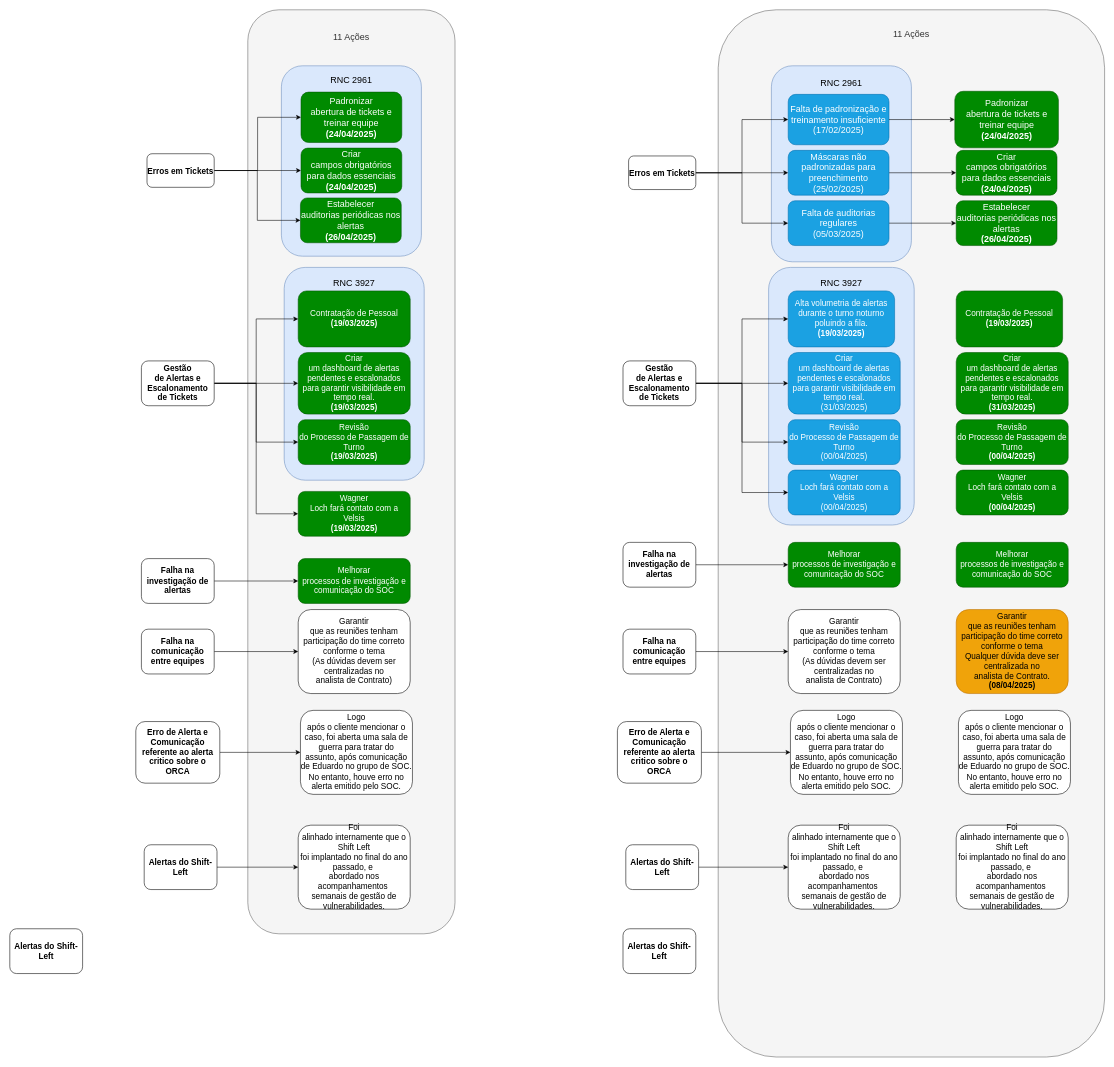
efraim-lima/doc-analysis keeps this draw.io diagram as Diagrama sem nome.drawio. Above is the earlier version. Source tidied: cells renumbered, new cells numbered last; positions are measured from the earlier drawing's top-left corner, leaving out a move shared by most shapes. Both pictures are drawn from the tidied source at 56%, with x=0, y=0 at pixel (10, 10).
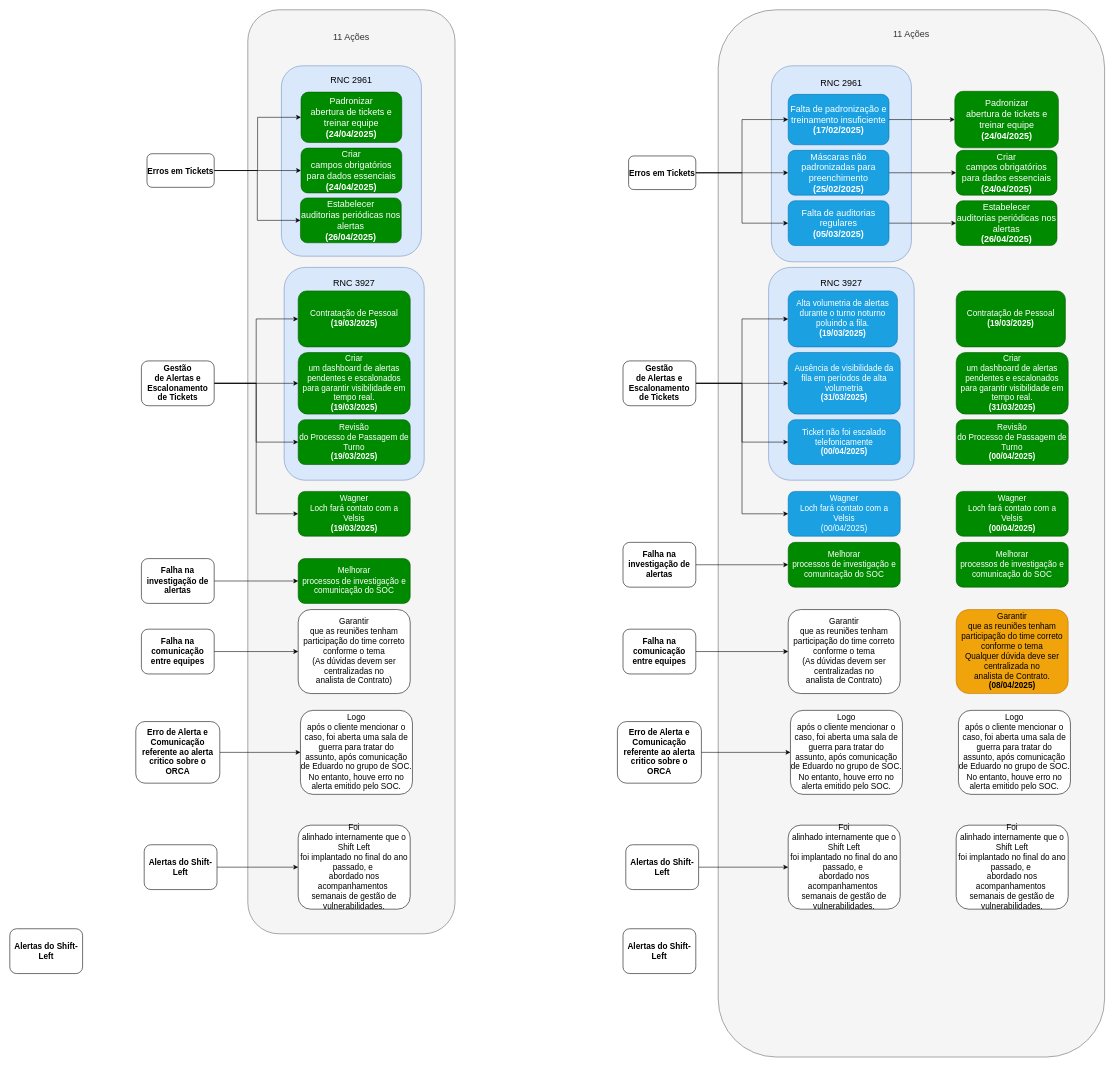
After the change.

Change to the diagram source:
```diff
@@
-    <mxCell id="40" value="&lt;p style=&quot;margin-top: 0pt; margin-bottom: 0pt; margin-left: 0in; direction: ltr; unicode-bidi: embed; vertical-align: middle; word-break: normal;&quot;&gt;&lt;span style=&quot;background-color: transparent;&quot;&gt;&lt;font&gt;Máscaras não padronizadas para preenchimento&lt;br&gt;&lt;/font&gt;&lt;/span&gt;&lt;span style=&quot;background-color: transparent; color: light-dark(rgb(255, 255, 255), rgb(18, 18, 18));&quot;&gt;(25/02/2025)&lt;/span&gt;&lt;span style=&quot;&quot;&gt;&lt;br&gt;&lt;/span&gt;&lt;/p&gt;" style="rounded=1;whiteSpace=wrap;html=1;fillColor=#1ba1e2;strokeColor=#006EAF;fontSize=16;fontColor=#ffffff;fontFamily=Helvetica;" parent="1" vertex="1">
+    <mxCell id="40" value="&lt;p style=&quot;margin-top: 0pt; margin-bottom: 0pt; margin-left: 0in; direction: ltr; unicode-bidi: embed; vertical-align: middle; word-break: normal;&quot;&gt;&lt;span style=&quot;background-color: transparent;&quot;&gt;&lt;font&gt;Máscaras não padronizadas para preenchimento&lt;br&gt;&lt;/font&gt;&lt;/span&gt;&lt;span style=&quot;background-color: transparent; color: light-dark(rgb(255, 255, 255), rgb(18, 18, 18));&quot;&gt;&lt;b&gt;(25/02/2025)&lt;/b&gt;&lt;/span&gt;&lt;span style=&quot;&quot;&gt;&lt;br&gt;&lt;/span&gt;&lt;/p&gt;" style="rounded=1;whiteSpace=wrap;html=1;fillColor=#1ba1e2;strokeColor=#006EAF;fontSize=16;fontColor=#ffffff;fontFamily=Helvetica;" parent="1" vertex="1">
       <mxGeometry x="1390" y="251" width="180" height="80" as="geometry" />
     </mxCell>
-    <mxCell id="41" value="&lt;p style=&quot;margin-top: 0pt; margin-bottom: 0pt; margin-left: 0in; direction: ltr; unicode-bidi: embed; vertical-align: middle; word-break: normal;&quot;&gt;&lt;span style=&quot;background-color: transparent;&quot;&gt;&lt;font&gt;Falta de padronização e treinamento insuficiente&lt;br&gt;&lt;/font&gt;&lt;/span&gt;&lt;span style=&quot;background-color: transparent; color: light-dark(rgb(255, 255, 255), rgb(18, 18, 18));&quot;&gt;(17/02/2025)&lt;/span&gt;&lt;/p&gt;" style="rounded=1;whiteSpace=wrap;html=1;fillColor=#1ba1e2;strokeColor=#006EAF;fontSize=16;fontColor=#ffffff;fontFamily=Helvetica;" parent="1" vertex="1">
+    <mxCell id="41" value="&lt;p style=&quot;margin-top: 0pt; margin-bottom: 0pt; margin-left: 0in; direction: ltr; unicode-bidi: embed; vertical-align: middle; word-break: normal;&quot;&gt;&lt;span style=&quot;background-color: transparent;&quot;&gt;&lt;font&gt;Falta de padronização e treinamento insuficiente&lt;br&gt;&lt;/font&gt;&lt;/span&gt;&lt;span style=&quot;background-color: transparent; color: light-dark(rgb(255, 255, 255), rgb(18, 18, 18));&quot;&gt;&lt;b&gt;(17/02/2025)&lt;/b&gt;&lt;/span&gt;&lt;/p&gt;" style="rounded=1;whiteSpace=wrap;html=1;fillColor=#1ba1e2;strokeColor=#006EAF;fontSize=16;fontColor=#ffffff;fontFamily=Helvetica;" parent="1" vertex="1">
       <mxGeometry x="1390" y="151" width="180" height="90" as="geometry" />
     </mxCell>
@@
-    <mxCell id="43" value="&lt;p style=&quot;margin-top: 0pt; margin-bottom: 0pt; margin-left: 0in; direction: ltr; unicode-bidi: embed; vertical-align: middle; word-break: normal;&quot;&gt;&lt;font&gt;Falta de auditorias regulares&lt;/font&gt;&lt;/p&gt;&lt;p style=&quot;margin-top: 0pt; margin-bottom: 0pt; margin-left: 0in; direction: ltr; unicode-bidi: embed; vertical-align: middle; word-break: normal;&quot;&gt;&lt;span style=&quot;&quot;&gt;(05/03/2025)&lt;/span&gt;&lt;span style=&quot;&quot;&gt;&lt;/span&gt;&lt;/p&gt;" style="rounded=1;whiteSpace=wrap;html=1;fillColor=#1ba1e2;strokeColor=#006EAF;fontSize=16;fontColor=#ffffff;fontFamily=Helvetica;" parent="1" vertex="1">
+    <mxCell id="43" value="&lt;p style=&quot;margin-top: 0pt; margin-bottom: 0pt; margin-left: 0in; direction: ltr; unicode-bidi: embed; vertical-align: middle; word-break: normal;&quot;&gt;&lt;font&gt;Falta de auditorias regulares&lt;/font&gt;&lt;/p&gt;&lt;p style=&quot;margin-top: 0pt; margin-bottom: 0pt; margin-left: 0in; direction: ltr; unicode-bidi: embed; vertical-align: middle; word-break: normal;&quot;&gt;&lt;span style=&quot;&quot;&gt;&lt;b&gt;(05/03/2025)&lt;/b&gt;&lt;/span&gt;&lt;span style=&quot;&quot;&gt;&lt;/span&gt;&lt;/p&gt;" style="rounded=1;whiteSpace=wrap;html=1;fillColor=#1ba1e2;strokeColor=#006EAF;fontSize=16;fontColor=#ffffff;fontFamily=Helvetica;" parent="1" vertex="1">
       <mxGeometry x="1390" y="341" width="180" height="80" as="geometry" />
     </mxCell>
-    <mxCell id="44" value="RNC 3927&lt;div&gt;&lt;br&gt;&lt;/div&gt;&lt;div&gt;&lt;br&gt;&lt;/div&gt;&lt;div&gt;&lt;br&gt;&lt;/div&gt;&lt;div&gt;&lt;br&gt;&lt;/div&gt;&lt;div&gt;&lt;br&gt;&lt;/div&gt;&lt;div&gt;&lt;br&gt;&lt;/div&gt;&lt;div&gt;&lt;br&gt;&lt;/div&gt;&lt;div&gt;&lt;br&gt;&lt;/div&gt;&lt;div&gt;&lt;br&gt;&lt;/div&gt;&lt;div&gt;&lt;br&gt;&lt;/div&gt;&lt;div&gt;&lt;br&gt;&lt;/div&gt;&lt;div&gt;&lt;br&gt;&lt;/div&gt;&lt;div&gt;&lt;br&gt;&lt;/div&gt;&lt;div&gt;&lt;br&gt;&lt;/div&gt;&lt;div&gt;&lt;br&gt;&lt;/div&gt;&lt;div&gt;&lt;br&gt;&lt;/div&gt;&lt;div&gt;&lt;br&gt;&lt;/div&gt;&lt;div&gt;&lt;br&gt;&lt;/div&gt;&lt;div&gt;&lt;br&gt;&lt;/div&gt;&lt;div&gt;&lt;br&gt;&lt;/div&gt;&lt;div&gt;&lt;br&gt;&lt;/div&gt;" style="rounded=1;whiteSpace=wrap;html=1;fillColor=#dae8fc;strokeColor=#6c8ebf;fontSize=16;fontFamily=Helvetica;" parent="1" vertex="1">
-      <mxGeometry x="1355" y="460" width="260" height="460" as="geometry" />
+    <mxCell id="44" value="RNC 3927&lt;div&gt;&lt;br&gt;&lt;/div&gt;&lt;div&gt;&lt;br&gt;&lt;/div&gt;&lt;div&gt;&lt;br&gt;&lt;/div&gt;&lt;div&gt;&lt;br&gt;&lt;/div&gt;&lt;div&gt;&lt;br&gt;&lt;/div&gt;&lt;div&gt;&lt;br&gt;&lt;/div&gt;&lt;div&gt;&lt;br&gt;&lt;/div&gt;&lt;div&gt;&lt;br&gt;&lt;/div&gt;&lt;div&gt;&lt;br&gt;&lt;/div&gt;&lt;div&gt;&lt;br&gt;&lt;/div&gt;&lt;div&gt;&lt;br&gt;&lt;/div&gt;&lt;div&gt;&lt;br&gt;&lt;/div&gt;&lt;div&gt;&lt;br&gt;&lt;/div&gt;&lt;div&gt;&lt;br&gt;&lt;/div&gt;&lt;div&gt;&lt;br&gt;&lt;/div&gt;&lt;div&gt;&lt;br&gt;&lt;/div&gt;&lt;div&gt;&lt;br&gt;&lt;/div&gt;" style="rounded=1;whiteSpace=wrap;html=1;fillColor=#dae8fc;strokeColor=#6c8ebf;fontSize=16;fontFamily=Helvetica;" parent="1" vertex="1">
+      <mxGeometry x="1355" y="460" width="260" height="380" as="geometry" />
     </mxCell>
     <mxCell id="45" value="&lt;p style=&quot;margin-top: 0pt; margin-bottom: 0pt; margin-left: 0in; direction: ltr; unicode-bidi: embed; vertical-align: middle; word-break: normal;&quot;&gt;&lt;span style=&quot;background-color: transparent; font-size: 14.6667px;&quot;&gt;Alta volumetria de alertas durante o turno noturno poluindo a fila.&lt;br&gt;&lt;/span&gt;&lt;span style=&quot;font-size: 14.6667px; background-color: transparent; color: light-dark(rgb(255, 255, 255), rgb(18, 18, 18));&quot;&gt;&lt;b&gt;(19/03/2025)&lt;/b&gt;&lt;/span&gt;&lt;span style=&quot;font-size: 11pt;&quot;&gt;&lt;br&gt;&lt;/span&gt;&lt;/p&gt;" style="rounded=1;whiteSpace=wrap;html=1;fillColor=#1ba1e2;fontColor=#ffffff;strokeColor=#006EAF;fontFamily=Helvetica;" parent="1" vertex="1">
-      <mxGeometry x="1390" y="502" width="190" height="100" as="geometry" />
+      <mxGeometry x="1390" y="502" width="195" height="100" as="geometry" />
     </mxCell>
@@
-    <mxCell id="52" value="&lt;p style=&quot;margin-top: 0pt; margin-bottom: 0pt; margin-left: 0in; direction: ltr; unicode-bidi: embed; vertical-align: middle; word-break: normal;&quot;&gt;&lt;span style=&quot;font-size: 11pt;&quot;&gt;Criar&lt;br&gt;um dashboard de alertas pendentes e escalonados para garantir visibilidade em&lt;br&gt;tempo real.&lt;/span&gt;&lt;/p&gt;&lt;span style=&quot;font-size: 14.6667px;&quot;&gt;(31/03/2025)&lt;/span&gt;" style="rounded=1;whiteSpace=wrap;html=1;fillColor=#1ba1e2;fontColor=#ffffff;strokeColor=#006EAF;fontFamily=Helvetica;" parent="1" vertex="1">
+    <mxCell id="52" value="&lt;p style=&quot;margin-top: 0pt; margin-bottom: 0pt; margin-left: 0in; direction: ltr; unicode-bidi: embed; vertical-align: middle; word-break: normal;&quot;&gt;&lt;span style=&quot;font-size: 14.6667px;&quot;&gt;Ausência de visibilidade da fila em períodos de alta volumetria&lt;/span&gt;&lt;/p&gt;&lt;span style=&quot;font-size: 14.6667px;&quot;&gt;&lt;b&gt;(31/03/2025)&lt;/b&gt;&lt;/span&gt;" style="rounded=1;whiteSpace=wrap;html=1;fillColor=#1ba1e2;fontColor=#ffffff;strokeColor=#006EAF;fontFamily=Helvetica;" parent="1" vertex="1">
       <mxGeometry x="1390" y="612" width="200" height="110" as="geometry" />
     </mxCell>
-    <mxCell id="53" value="&lt;p style=&quot;margin-top: 0pt; margin-bottom: 0pt; margin-left: 0in; direction: ltr; unicode-bidi: embed; vertical-align: middle; word-break: normal;&quot;&gt;&lt;span style=&quot;font-size: 11pt;&quot;&gt;Revisão&lt;br&gt;do Processo de Passagem de Turno&lt;/span&gt;&lt;/p&gt;&lt;span style=&quot;font-size: 14.6667px;&quot;&gt;(00/04/2025)&lt;/span&gt;" style="rounded=1;whiteSpace=wrap;html=1;fillColor=#1ba1e2;fontColor=#ffffff;strokeColor=#006EAF;fontFamily=Helvetica;" parent="1" vertex="1">
+    <mxCell id="53" value="&lt;p style=&quot;margin-top: 0pt; margin-bottom: 0pt; margin-left: 0in; direction: ltr; unicode-bidi: embed; vertical-align: middle; word-break: normal;&quot;&gt;&lt;span style=&quot;font-size: 14.6667px;&quot;&gt;Ticket não foi escalado telefonicamente&lt;/span&gt;&lt;/p&gt;&lt;span style=&quot;font-size: 14.6667px;&quot;&gt;&lt;b&gt;(00/04/2025)&lt;/b&gt;&lt;/span&gt;" style="rounded=1;whiteSpace=wrap;html=1;fillColor=#1ba1e2;fontColor=#ffffff;strokeColor=#006EAF;fontFamily=Helvetica;" parent="1" vertex="1">
       <mxGeometry x="1390" y="732" width="200" height="80" as="geometry" />
     </mxCell>
     <mxCell id="54" value="&lt;p style=&quot;margin-top: 0pt; margin-bottom: 0pt; margin-left: 0in; direction: ltr; unicode-bidi: embed; vertical-align: middle; word-break: normal;&quot;&gt;&lt;span style=&quot;font-size: 11pt;&quot;&gt;Wagner&lt;br&gt;Loch fará contato com a &lt;/span&gt;&lt;span style=&quot;font-size: 11pt;&quot;&gt;Velsis&lt;br&gt;(00/04/2025)&lt;/span&gt;&lt;/p&gt;" style="rounded=1;whiteSpace=wrap;html=1;fillColor=#1ba1e2;fontColor=#ffffff;strokeColor=#006EAF;fontFamily=Helvetica;" parent="1" vertex="1">
-      <mxGeometry x="1390" y="822" width="200" height="80" as="geometry" />
+      <mxGeometry x="1390" y="860" width="200" height="80" as="geometry" />
     </mxCell>
@@
     <mxCell id="71" value="&lt;p style=&quot;margin-top: 0pt; margin-bottom: 0pt; margin-left: 0in; direction: ltr; unicode-bidi: embed; vertical-align: middle; word-break: normal;&quot;&gt;&lt;span style=&quot;font-size: 14.6667px; background-color: transparent; color: light-dark(rgb(255, 255, 255), rgb(18, 18, 18));&quot;&gt;Contratação de Pessoal&lt;br&gt;&lt;b&gt;(19/03/2025)&lt;/b&gt;&lt;/span&gt;&lt;span style=&quot;font-size: 11pt;&quot;&gt;&lt;br&gt;&lt;/span&gt;&lt;/p&gt;" style="rounded=1;whiteSpace=wrap;html=1;fillColor=#008a00;fontColor=#ffffff;strokeColor=#005700;fontFamily=Helvetica;" parent="1" vertex="1">
-      <mxGeometry x="1690" y="502" width="190" height="100" as="geometry" />
+      <mxGeometry x="1690" y="502" width="195" height="100" as="geometry" />
     </mxCell>
@@
     <mxCell id="74" value="&lt;p style=&quot;margin-top: 0pt; margin-bottom: 0pt; margin-left: 0in; direction: ltr; unicode-bidi: embed; vertical-align: middle; word-break: normal;&quot;&gt;&lt;span style=&quot;font-size: 11pt;&quot;&gt;Wagner&lt;br&gt;Loch fará contato com a &lt;/span&gt;&lt;span style=&quot;font-size: 11pt;&quot;&gt;Velsis&lt;br&gt;&lt;b&gt;(00/04/2025)&lt;/b&gt;&lt;/span&gt;&lt;/p&gt;" style="rounded=1;whiteSpace=wrap;html=1;fillColor=#008a00;fontColor=#ffffff;strokeColor=#005700;fontFamily=Helvetica;" parent="1" vertex="1">
-      <mxGeometry x="1690" y="822" width="200" height="80" as="geometry" />
+      <mxGeometry x="1690" y="860" width="200" height="80" as="geometry" />
     </mxCell>
```
